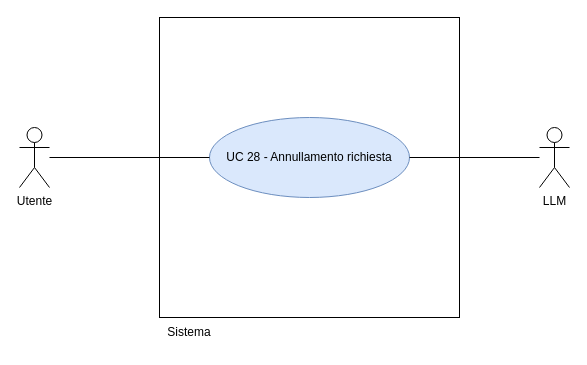
Earlier version of the draw.io diagram RTB/doc_esterna/analisi-dei-requisiti/assets/draw.io/UC28.drawio (thebitless-group-swe/thebitless.github.io). Source tidied: cells renumbered, new cells numbered last; positions are measured from the earlier drawing's top-left corner, leaving out a move shared by most shapes. Both pictures are drawn from the tidied source at 100%, with x=0, y=0 at pixel (19, 17).
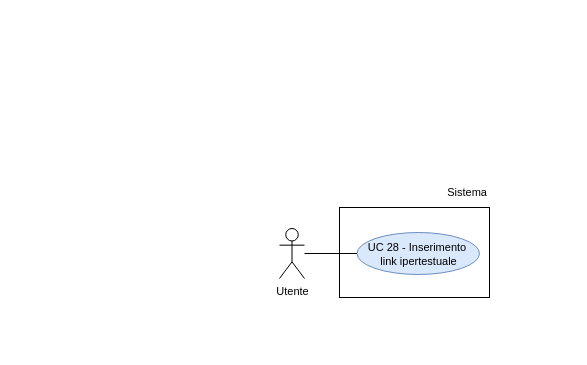
The same diagram, later.

Change to the diagram source:
```diff
@@
 <mxGraphModel>
   <root>
     <mxCell id="0" />
     <mxCell id="1" parent="0" />
-    <mxCell id="2" style="whiteSpace=wrap;html=1;" parent="1" vertex="1">
-      <mxGeometry x="140" width="300" height="300" as="geometry" />
-    </mxCell>
+    <mxCell id="4" value="Utente" style="shape=umlActor;verticalLabelPosition=bottom;verticalAlign=top;html=1;outlineConnect=0;fontSize=11;" parent="1" vertex="1">
+      <mxGeometry x="260" y="211" width="25" height="50" as="geometry" />
+    </mxCell>
+    <mxCell id="9" style="rounded=0;whiteSpace=wrap;html=1;strokeWidth=1;" parent="1" vertex="1">
+      <mxGeometry x="320" y="190" width="150" height="90" as="geometry" />
+    </mxCell>
-    <mxCell id="3" value="Sistema" style="text;html=1;whiteSpace=wrap;strokeColor=none;fillColor=none;align=center;verticalAlign=middle;rounded=0;" parent="1" vertex="1">
-      <mxGeometry x="140" y="300" width="60" height="30" as="geometry" />
+    <mxCell id="3" value="Sistema" style="text;html=1;whiteSpace=wrap;strokeColor=none;fillColor=none;align=right;verticalAlign=middle;fontSize=11;" parent="1" vertex="1">
+      <mxGeometry x="410" y="160" width="60" height="30" as="geometry" />
     </mxCell>
-    <mxCell id="4" value="Utente" style="shape=umlActor;verticalLabelPosition=bottom;verticalAlign=top;html=1;outlineConnect=0;" parent="1" vertex="1">
-      <mxGeometry y="110" width="30" height="60" as="geometry" />
-    </mxCell>
-    <mxCell id="5" value="LLM" style="shape=umlActor;verticalLabelPosition=bottom;verticalAlign=top;html=1;outlineConnect=0;" parent="1" vertex="1">
-      <mxGeometry x="520" y="110" width="30" height="60" as="geometry" />
-    </mxCell>
-    <mxCell id="6" value="UC 28 - Annullamento richiesta" style="ellipse;whiteSpace=wrap;html=1;fillColor=#dae8fc;strokeColor=#6c8ebf;" parent="1" vertex="1">
-      <mxGeometry x="190" y="100" width="200" height="80" as="geometry" />
-    </mxCell>
-    <mxCell id="7" style="edgeStyle=none;rounded=0;jettySize=auto;html=1;endArrow=none;endFill=0;" parent="1" edge="1" source="4" target="6">
-      <mxGeometry relative="1" as="geometry" />
-    </mxCell>
-    <mxCell id="8" style="edgeStyle=none;rounded=0;jettySize=auto;html=1;endArrow=none;endFill=0;" parent="1" edge="1" source="5" target="6">
-      <mxGeometry relative="1" as="geometry" />
-    </mxCell>
+    <mxCell id="10" value="UC 28 - Inserimento&amp;nbsp; link ipertestuale" style="ellipse;whiteSpace=wrap;html=1;fillColor=#dae8fc;strokeColor=#6c8ebf;fontSize=11;convertToSvg=1;svgWhiteSpace=wrap;labelBorderColor=none;labelBackgroundColor=none;spacingBottom=-2;" parent="1" vertex="1">
+      <mxGeometry x="337.5" y="215" width="122.5" height="42" as="geometry" />
+    </mxCell>
+    <mxCell id="11" style="edgeStyle=none;rounded=0;jettySize=auto;html=1;endArrow=none;endFill=0;" parent="1" edge="1" source="4" target="10">
+      <mxGeometry relative="1" as="geometry" />
+    </mxCell>
+    <mxCell id="12" style="edgeStyle=orthogonalEdgeStyle;rounded=0;orthogonalLoop=1;jettySize=auto;html=1;exitX=0.5;exitY=1;exitDx=0;exitDy=0;" parent="1" edge="1" source="3" target="3">
+      <mxGeometry relative="1" as="geometry" />
+    </mxCell>
   </root>
 </mxGraphModel>
```
